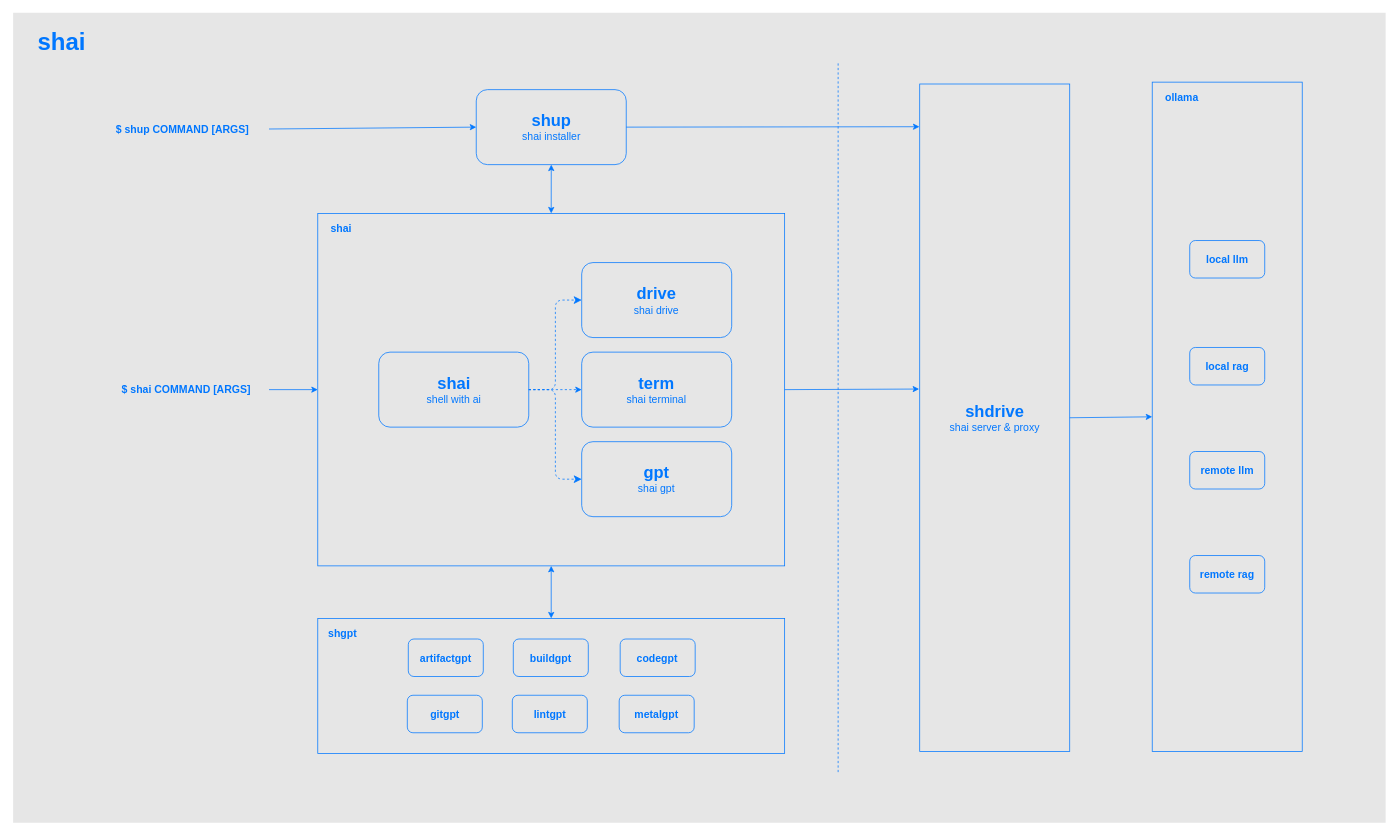
Above: arch.drawio in ai-flowx/.github (draw.io), before the change. Source tidied: cells renumbered, new cells numbered last; positions are measured from the earlier drawing's top-left corner, leaving out a move shared by most shapes. Both pictures are drawn from the tidied source at 75%, with x=0, y=0 at pixel (13, 12).
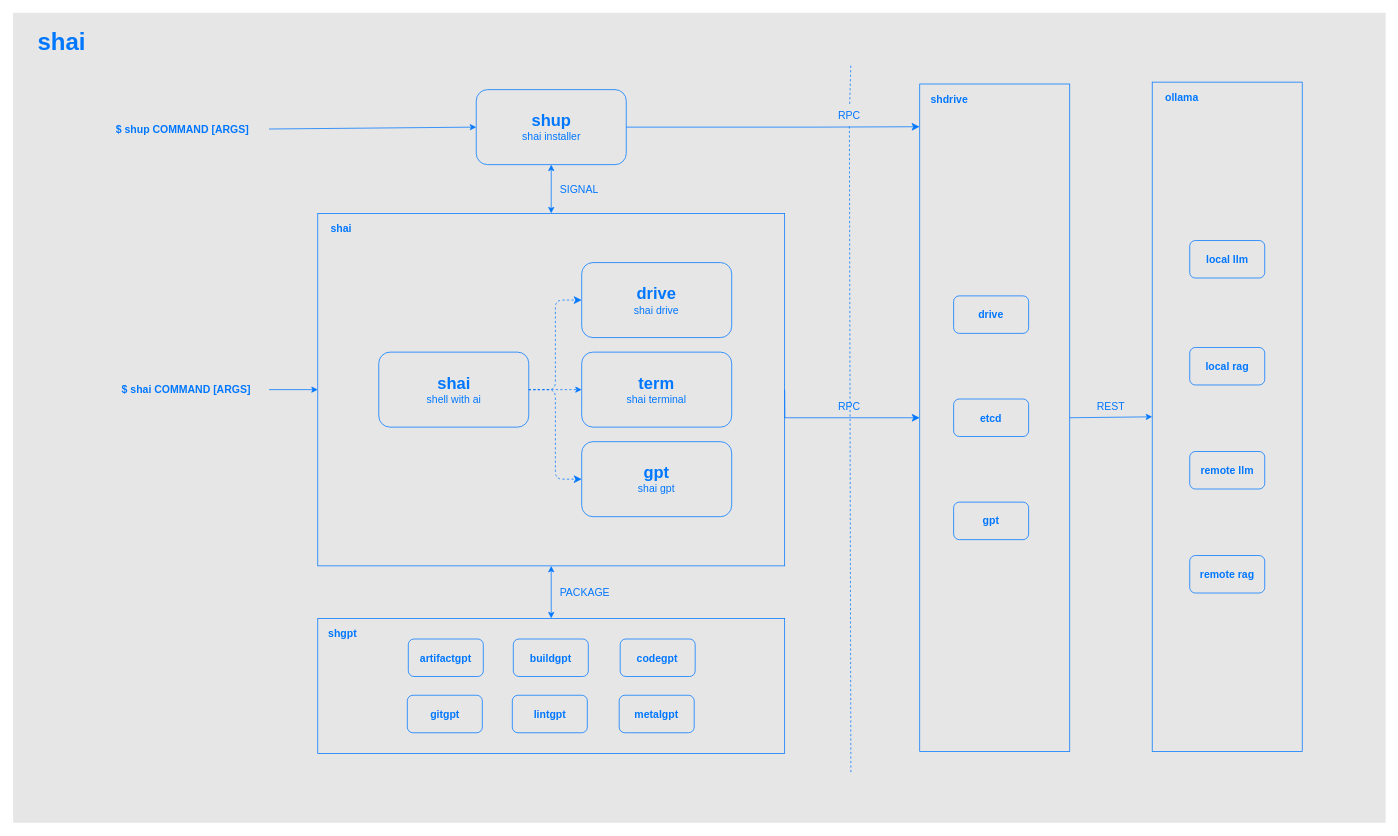
After the change.

Commit message (it also covers changes not shown here):
docs(profile): update arch files

Unchanged cells that the change refers to:
```xml
<mxCell id="4" style="rounded=0;whiteSpace=wrap;html=1;strokeColor=#0077FF;fontSize=14;fontColor=#0077FF;fillColor=none;" parent="1" vertex="1">
  <mxGeometry x="406.2" y="268" width="622.5" height="470" as="geometry" />
</mxCell>
<mxCell id="9" value="&lt;font color=&quot;#0077ff&quot; style=&quot;&quot;&gt;&lt;span style=&quot;font-weight: bold; font-size: 22px;&quot;&gt;shup&lt;/span&gt;&lt;br&gt;&lt;font style=&quot;font-size: 14px;&quot;&gt;shai installer&lt;/font&gt;&lt;br&gt;&lt;/font&gt;" style="rounded=1;whiteSpace=wrap;html=1;strokeColor=#0077FF;fillColor=none;shadow=0;" parent="1" vertex="1">
  <mxGeometry x="617.5" y="103" width="200" height="100" as="geometry" />
</mxCell>
```

Change to the diagram source:
```diff
@@
-    <mxCell id="10" value="&lt;font color=&quot;#0077ff&quot; style=&quot;&quot;&gt;&lt;span style=&quot;font-weight: bold; font-size: 22px;&quot;&gt;shdrive&lt;/span&gt;&lt;br&gt;&lt;font style=&quot;font-size: 14px;&quot;&gt;shai server &amp;amp; proxy&lt;/font&gt;&lt;br&gt;&lt;/font&gt;" style="rounded=0;whiteSpace=wrap;html=1;strokeColor=#0077FF;fillColor=none;shadow=0;" parent="1" vertex="1">
+    <mxCell id="10" value="&lt;font color=&quot;#0077ff&quot; style=&quot;&quot;&gt;&lt;br&gt;&lt;/font&gt;" style="rounded=0;whiteSpace=wrap;html=1;strokeColor=#0077FF;fillColor=none;shadow=0;" parent="1" vertex="1">
       <mxGeometry x="1208.8" y="95.5" width="200" height="890" as="geometry" />
     </mxCell>
@@
-    <mxCell id="18" style="endArrow=classic;html=1;fontSize=14;fontColor=#0077FF;entryX=-0.002;entryY=0.064;entryDx=0;entryDy=0;exitX=1;exitY=0.5;exitDx=0;exitDy=0;strokeColor=#0077FF;entryPerimeter=0;" parent="1" edge="1" source="9" target="10">
-      <mxGeometry relative="1" as="geometry" />
-    </mxCell>
-    <mxCell id="19" style="endArrow=classic;html=1;fontSize=14;fontColor=#0077FF;entryX=-0.004;entryY=0.457;entryDx=0;entryDy=0;exitX=1;exitY=0.5;exitDx=0;exitDy=0;strokeColor=#0077FF;entryPerimeter=0;" parent="1" edge="1" source="4" target="10">
-      <mxGeometry relative="1" as="geometry" />
-    </mxCell>
@@
-    <mxCell id="30" style="endArrow=none;html=1;strokeColor=#0077FF;dashed=1;" parent="1" edge="1">
+    <mxCell id="30" style="endArrow=none;html=1;strokeColor=#0077FF;dashed=1;startArrow=none;" parent="1" edge="1" source="47">
       <mxGeometry relative="1" as="geometry">
-        <mxPoint x="1100" y="1013" as="sourcePoint" />
-        <mxPoint x="1100" y="68" as="targetPoint" />
+        <mxPoint x="1117" y="68" as="targetPoint" />
       </mxGeometry>
     </mxCell>
@@
+    <mxCell id="39" value="&lt;span style=&quot;color: rgb(0, 119, 255); font-size: 14px;&quot;&gt;SIGNAL&lt;/span&gt;" style="text;html=1;strokeColor=none;fillColor=none;align=center;verticalAlign=middle;whiteSpace=wrap;rounded=0;" parent="1" vertex="1">
+      <mxGeometry x="718" y="221" width="74" height="30" as="geometry" />
+    </mxCell>
+    <mxCell id="40" value="&lt;span style=&quot;color: rgb(0, 119, 255); font-size: 14px;&quot;&gt;PACKAGE&lt;/span&gt;" style="text;html=1;strokeColor=none;fillColor=none;align=center;verticalAlign=middle;whiteSpace=wrap;rounded=0;" parent="1" vertex="1">
+      <mxGeometry x="718" y="759" width="89" height="30" as="geometry" />
+    </mxCell>
+    <mxCell id="41" value="&lt;span style=&quot;color: rgb(0, 119, 255); font-size: 14px;&quot;&gt;REST&lt;/span&gt;" style="text;html=1;strokeColor=none;fillColor=none;align=center;verticalAlign=middle;whiteSpace=wrap;rounded=0;" parent="1" vertex="1">
+      <mxGeometry x="1427" y="510" width="74" height="30" as="geometry" />
+    </mxCell>
+    <mxCell id="19" style="edgeStyle=elbowEdgeStyle;elbow=horizontal;endArrow=classic;html=1;curved=0;rounded=0;endSize=8;startSize=8;exitX=1;exitY=0.5;exitDx=0;exitDy=0;entryX=0;entryY=0.5;entryDx=0;entryDy=0;strokeColor=#0077FF;" parent="1" edge="1" source="4" target="10">
+      <mxGeometry relative="1" as="geometry">
+        <Array as="points">
+          <mxPoint x="1029" y="531" />
+          <mxPoint x="1072" y="522" />
+        </Array>
+      </mxGeometry>
+    </mxCell>
+    <mxCell id="42" value="&lt;font color=&quot;#0077ff&quot; style=&quot;&quot;&gt;&lt;b style=&quot;&quot;&gt;&lt;font style=&quot;font-size: 14px;&quot;&gt;drive&lt;/font&gt;&lt;/b&gt;&lt;br&gt;&lt;/font&gt;" style="rounded=1;whiteSpace=wrap;html=1;strokeColor=#0077FF;fillColor=none;shadow=0;" parent="1" vertex="1">
+      <mxGeometry x="1254" y="378" width="100" height="50" as="geometry" />
+    </mxCell>
+    <mxCell id="43" value="&lt;font color=&quot;#0077ff&quot; style=&quot;&quot;&gt;&lt;b style=&quot;&quot;&gt;&lt;font style=&quot;font-size: 14px;&quot;&gt;etcd&lt;/font&gt;&lt;/b&gt;&lt;br&gt;&lt;/font&gt;" style="rounded=1;whiteSpace=wrap;html=1;strokeColor=#0077FF;fillColor=none;shadow=0;" parent="1" vertex="1">
+      <mxGeometry x="1254" y="515.5" width="100" height="50" as="geometry" />
+    </mxCell>
+    <mxCell id="44" value="&lt;font color=&quot;#0077ff&quot; style=&quot;&quot;&gt;&lt;b style=&quot;&quot;&gt;&lt;font style=&quot;font-size: 14px;&quot;&gt;gpt&lt;/font&gt;&lt;/b&gt;&lt;br&gt;&lt;/font&gt;" style="rounded=1;whiteSpace=wrap;html=1;strokeColor=#0077FF;fillColor=none;shadow=0;" parent="1" vertex="1">
+      <mxGeometry x="1254" y="653" width="100" height="50" as="geometry" />
+    </mxCell>
+    <mxCell id="45" value="shdrive" style="text;strokeColor=none;fillColor=none;html=1;fontSize=14;fontStyle=1;verticalAlign=middle;align=center;rounded=0;shadow=0;fontColor=#0077FF;" parent="1" vertex="1">
+      <mxGeometry x="1208.8" y="95.5" width="77.5" height="40" as="geometry" />
+    </mxCell>
+    <mxCell id="18" style="edgeStyle=elbowEdgeStyle;elbow=horizontal;endArrow=classic;html=1;curved=0;rounded=0;endSize=8;startSize=8;exitX=1;exitY=0.5;exitDx=0;exitDy=0;entryX=-0.001;entryY=0.064;entryDx=0;entryDy=0;strokeColor=#0077FF;entryPerimeter=0;" parent="1" edge="1" source="9" target="10">
+      <mxGeometry relative="1" as="geometry">
+        <Array as="points">
+          <mxPoint x="1072" y="347" />
+        </Array>
+      </mxGeometry>
+    </mxCell>
+    <mxCell id="46" style="endArrow=none;html=1;strokeColor=#0077FF;dashed=1;" parent="1" edge="1" target="47">
+      <mxGeometry relative="1" as="geometry">
+        <mxPoint x="1117" y="1013" as="sourcePoint" />
+      </mxGeometry>
+    </mxCell>
+    <mxCell id="47" value="&lt;span style=&quot;color: rgb(0, 119, 255); font-size: 14px;&quot;&gt;RPC&lt;/span&gt;" style="text;html=1;strokeColor=none;fillColor=none;align=center;verticalAlign=middle;whiteSpace=wrap;rounded=0;" parent="1" vertex="1">
+      <mxGeometry x="1078" y="122" width="74" height="30" as="geometry" />
+    </mxCell>
+    <mxCell id="48" value="&lt;span style=&quot;color: rgb(0, 119, 255); font-size: 14px;&quot;&gt;RPC&lt;/span&gt;" style="text;html=1;strokeColor=none;fillColor=none;align=center;verticalAlign=middle;whiteSpace=wrap;rounded=0;" parent="1" vertex="1">
+      <mxGeometry x="1078" y="510" width="74" height="30" as="geometry" />
+    </mxCell>
```
